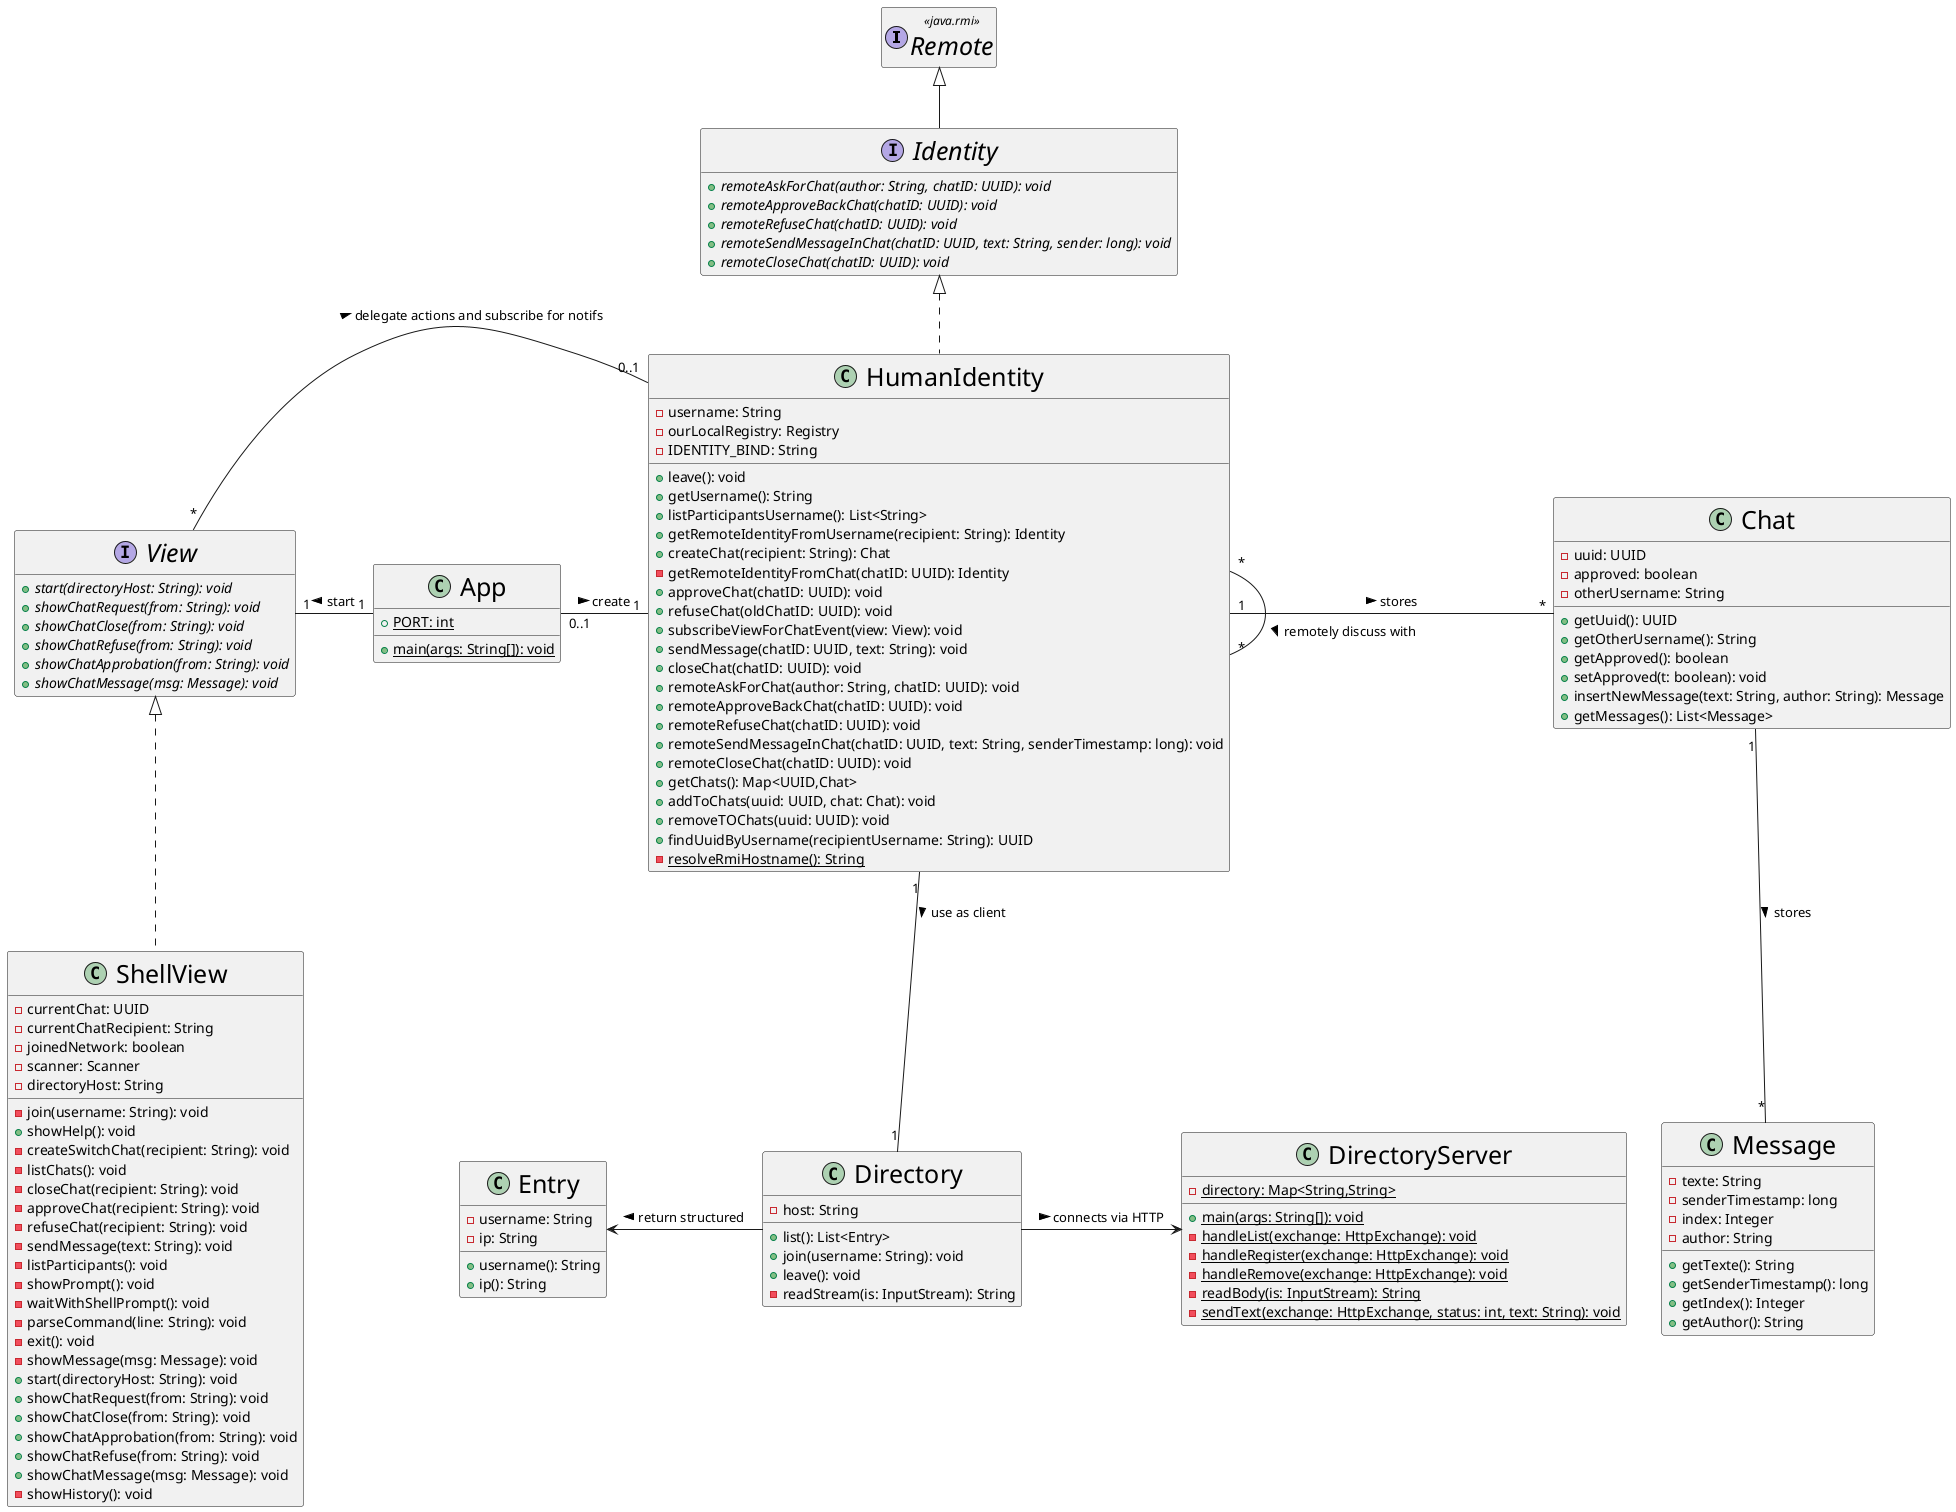
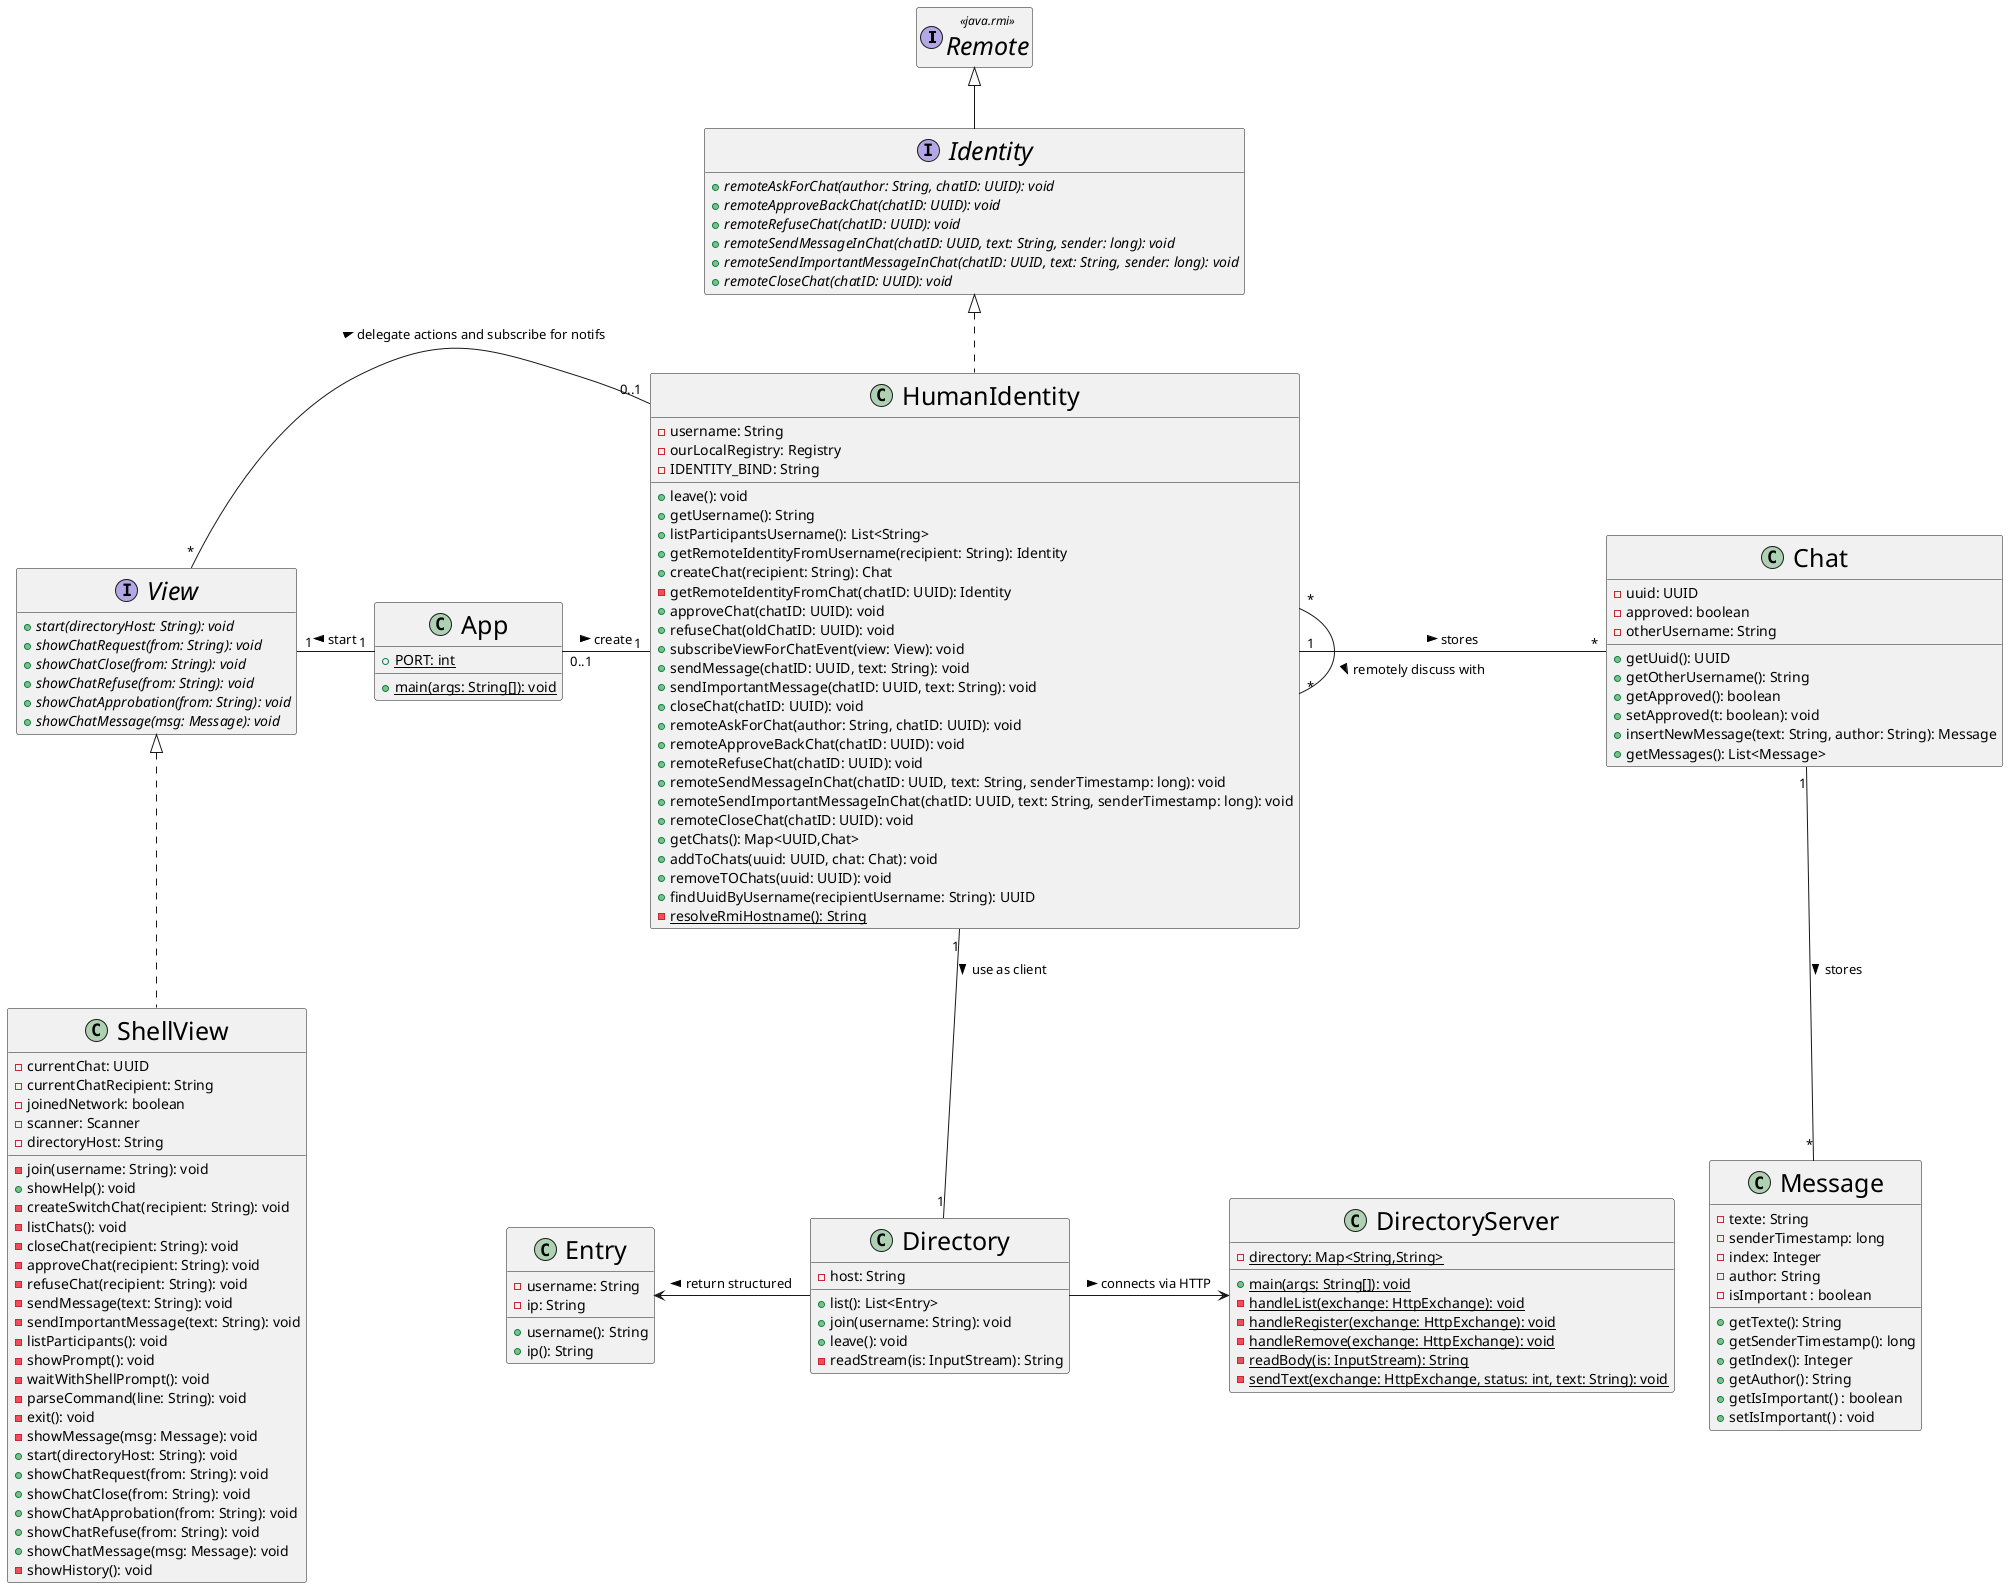
@startuml

' STATIC
' Generated by CTP - https://github.com/samuelroland/ctp

' Style
hide empty members
' skinparam classAttributeIconSize 0
skinparam classFontSize 25

' Additions

interface Remote <<java.rmi>>

HumanIdentity "1"-l-"0..1" App: create <
App "1"-l-"1" View: start >

Directory -> DirectoryServer: connects via HTTP >
Directory -l-> Entry: return structured >
Chat "1"--"*" Message: stores >
HumanIdentity "1"-"*" Chat: stores >
HumanIdentity "1"-d-"1" Directory: use as client >
HumanIdentity "*"-l-"*" HumanIdentity: \n\nremotely discuss with >
HumanIdentity "0..1"-l-"*" View: delegate actions and subscribe for notifs <

' REMOVE
' - chats: Map<UUID,Chat>\n
' - views: List<View>\n
' - directory: Directory\n
' - messages: List<Message>\n
' - identity: HumanIdentity\n


' ENDSTATIC
class Chat {
	- uuid: UUID
	- approved: boolean
		- otherUsername: String
	+ getUuid(): UUID
	+ getOtherUsername(): String
	+ getApproved(): boolean
	+ setApproved(t: boolean): void
	+ insertNewMessage(text: String, author: String): Message
	+ getMessages(): List<Message>
}


class DirectoryServer {
	- {static} directory: Map<String,String>
	+ {static} main(args: String[]): void
	- {static} handleList(exchange: HttpExchange): void
	- {static} handleRegister(exchange: HttpExchange): void
	- {static} handleRemove(exchange: HttpExchange): void
	- {static} readBody(is: InputStream): String
	- {static} sendText(exchange: HttpExchange, status: int, text: String): void
}


class Directory {
	- host: String
	+ list(): List<Entry>
	+ join(username: String): void
	+ leave(): void
	- readStream(is: InputStream): String
}


class Entry {
	- username: String
	- ip: String
	+ username(): String
	+ ip(): String
}


interface View {
	+ {abstract}start(directoryHost: String): void
	+ {abstract}showChatRequest(from: String): void
	+ {abstract}showChatClose(from: String): void
	+ {abstract}showChatRefuse(from: String): void
	+ {abstract}showChatApprobation(from: String): void
	+ {abstract}showChatMessage(msg: Message): void
}

interface Identity {
	+ {abstract}remoteAskForChat(author: String, chatID: UUID): void
	+ {abstract}remoteApproveBackChat(chatID: UUID): void
	+ {abstract}remoteRefuseChat(chatID: UUID): void
	+ {abstract}remoteSendMessageInChat(chatID: UUID, text: String, sender: long): void
+ 	+ {abstract}remoteSendImportantMessageInChat(chatID: UUID, text: String, sender: long): void
	+ {abstract}remoteCloseChat(chatID: UUID): void
}

class ShellView {
	- currentChat: UUID
	- currentChatRecipient: String
	- joinedNetwork: boolean
		- scanner: Scanner
	- directoryHost: String
	- join(username: String): void
	+ showHelp(): void
	- createSwitchChat(recipient: String): void
	- listChats(): void
	- closeChat(recipient: String): void
	- approveChat(recipient: String): void
	- refuseChat(recipient: String): void
	- sendMessage(text: String): void
+ 	- sendImportantMessage(text: String): void
	- listParticipants(): void
	- showPrompt(): void
	- waitWithShellPrompt(): void
	- parseCommand(line: String): void
	- exit(): void
	- showMessage(msg: Message): void
	+ start(directoryHost: String): void
	+ showChatRequest(from: String): void
	+ showChatClose(from: String): void
	+ showChatApprobation(from: String): void
	+ showChatRefuse(from: String): void
	+ showChatMessage(msg: Message): void
	- showHistory(): void
}


class Message {
	- texte: String
	- senderTimestamp: long
	- index: Integer
	- author: String
+ 	- isImportant : boolean
	+ getTexte(): String
	+ getSenderTimestamp(): long
	+ getIndex(): Integer
	+ getAuthor(): String
+ 	+ getIsImportant() : boolean
+ 	+ setIsImportant() : void
}


class App {
	+ {static} PORT: int
	+ {static} main(args: String[]): void
}


class HumanIdentity {
	- username: String
				- ourLocalRegistry: Registry
	- IDENTITY_BIND: String
	+ leave(): void
	+ getUsername(): String
	+ listParticipantsUsername(): List<String>
	+ getRemoteIdentityFromUsername(recipient: String): Identity
	+ createChat(recipient: String): Chat
	- getRemoteIdentityFromChat(chatID: UUID): Identity
	+ approveChat(chatID: UUID): void
	+ refuseChat(oldChatID: UUID): void
	+ subscribeViewForChatEvent(view: View): void
	+ sendMessage(chatID: UUID, text: String): void
+ 	+ sendImportantMessage(chatID: UUID, text: String): void
	+ closeChat(chatID: UUID): void
	+ remoteAskForChat(author: String, chatID: UUID): void
	+ remoteApproveBackChat(chatID: UUID): void
	+ remoteRefuseChat(chatID: UUID): void
	+ remoteSendMessageInChat(chatID: UUID, text: String, senderTimestamp: long): void
+ 	+ remoteSendImportantMessageInChat(chatID: UUID, text: String, senderTimestamp: long): void
	+ remoteCloseChat(chatID: UUID): void
	+ getChats(): Map<UUID,Chat>
	+ addToChats(uuid: UUID, chat: Chat): void
	+ removeTOChats(uuid: UUID): void
	+ findUuidByUsername(recipientUsername: String): UUID
	- {static} resolveRmiHostname(): String
}




Remote <|-- Identity
View <|.. ShellView
Identity <|.. HumanIdentity
@enduml
